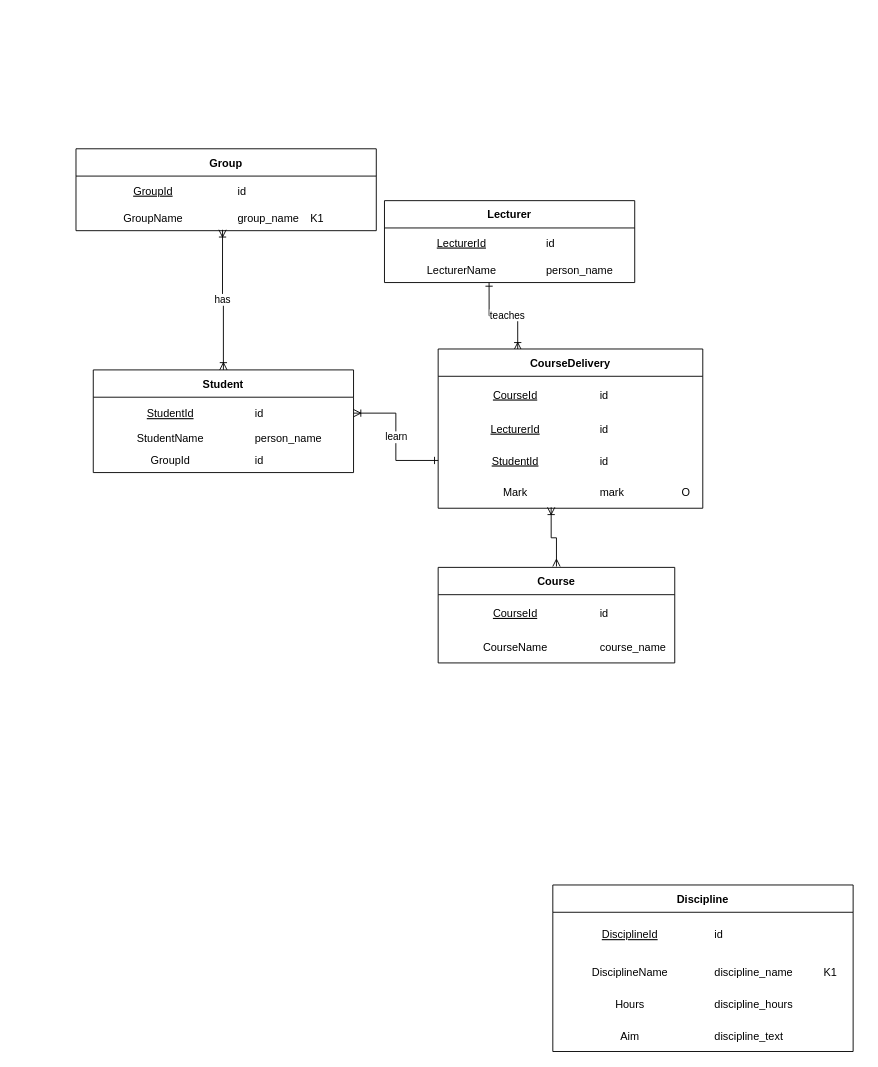
AGA-full/on-board-arch keeps this draw.io diagram as onboard-ERM.drawio. Above is the earlier version. Source tidied: cells renumbered, new cells numbered last; positions are measured from the earlier drawing's top-left corner, leaving out a move shared by most shapes. Both pictures are drawn from the tidied source at 91%, with x=0, y=0 at pixel (76, 148).
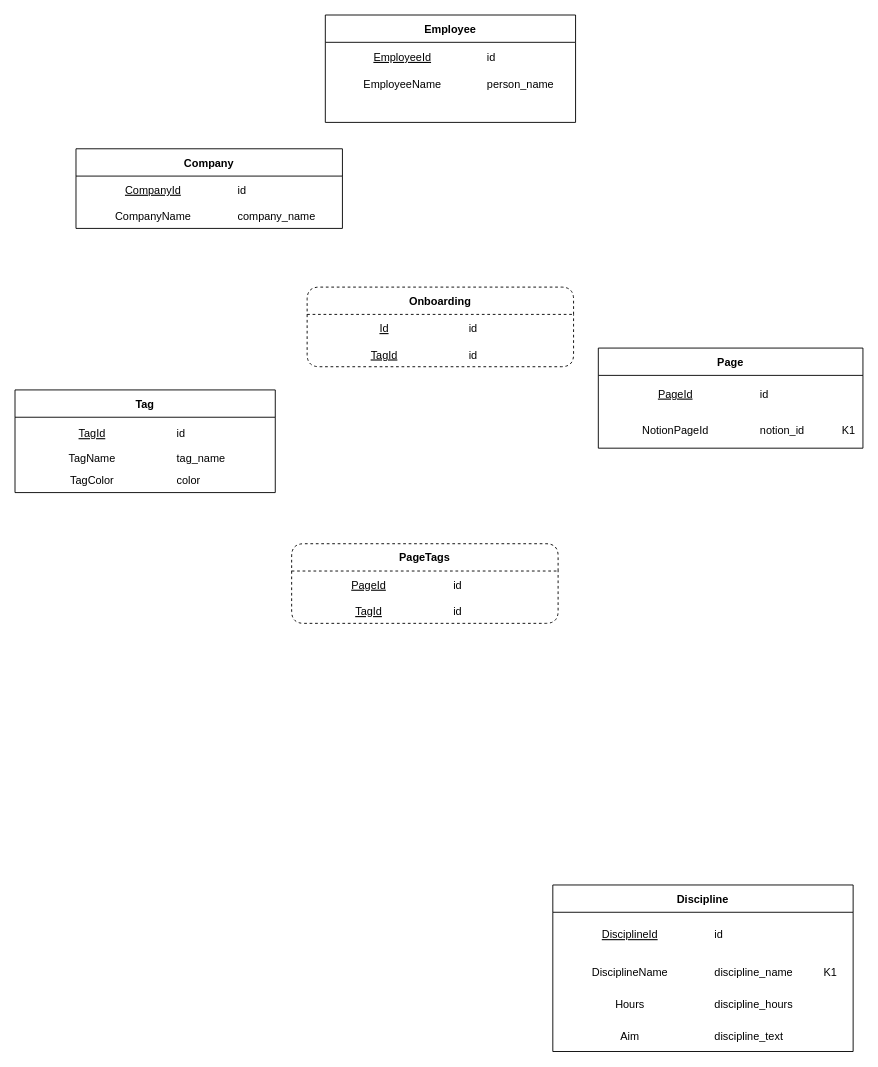
Above is the later version.

Unchanged cells that the change refers to:
```xml
<mxCell id="4" style="shape=partialRectangle;fillColor=none;points=[[0,0.5],[1,0.5]];portConstraint=eastwest;top=0;left=0;right=0;bottom=0;" parent="3" vertex="1">
  <mxGeometry y="30" width="286" height="35" as="geometry" />
</mxCell>
<mxCell id="7" style="shape=partialRectangle;fillColor=none;top=0;left=0;right=0;bottom=0;" parent="3" vertex="1">
  <mxGeometry y="65" width="286" height="20" as="geometry" />
</mxCell>
<mxCell id="10" style="shape=partialRectangle;fillColor=none;top=0;left=0;right=0;bottom=0;" parent="3" vertex="1">
  <mxGeometry y="85" width="286" height="28" as="geometry" />
</mxCell>
<mxCell id="33" style="shape=partialRectangle;fillColor=none;top=0;left=0;right=0;bottom=0;" parent="32" vertex="1">
  <mxGeometry y="30" width="275" height="32" as="geometry" />
</mxCell>
<mxCell id="36" style="shape=partialRectangle;fillColor=none;points=[[0,0.5],[1,0.5]];portConstraint=eastwest;top=0;left=0;right=0;bottom=0;" parent="32" vertex="1">
  <mxGeometry y="62" width="275" height="28" as="geometry" />
</mxCell>
```

What changed in the source:
```diff
@@
-    <mxCell id="2" value="has" style="edgeStyle=orthogonalEdgeStyle;rounded=0;jettySize=auto;html=1;entryX=0.488;entryY=0.964;entryDx=0;entryDy=0;entryPerimeter=0;startArrow=ERoneToMany;startFill=0;endArrow=ERoneToMany;endFill=0;" parent="1" edge="1" source="3" target="44">
-      <mxGeometry relative="1" as="geometry" />
-    </mxCell>
-    <mxCell id="3" value="Student" style="shape=table;startSize=30;childLayout=tableLayout;rowLines=0;fontStyle=1;align=center;columnLines=0;" parent="1" vertex="1">
-      <mxGeometry x="19" y="243" width="286" height="112.8" as="geometry" />
+    <mxCell id="3" value="Tag" style="shape=table;startSize=30;childLayout=tableLayout;rowLines=0;fontStyle=1;align=center;columnLines=0;" parent="1" vertex="1">
+      <mxGeometry x="-67" y="265" width="286" height="112.8" as="geometry" />
     </mxCell>
@@
-    <mxCell id="5" value="StudentId" style="shape=partialRectangle;overflow=hidden;fillColor=none;top=0;left=0;bottom=0;right=0;fontStyle=4;" parent="4" vertex="1">
+    <mxCell id="5" value="TagId" style="shape=partialRectangle;overflow=hidden;fillColor=none;top=0;left=0;bottom=0;right=0;fontStyle=4;" parent="4" vertex="1">
       <mxGeometry width="170" height="35" as="geometry" />
     </mxCell>
@@
-    <mxCell id="8" value="StudentName" style="shape=partialRectangle;overflow=hidden;fillColor=none;top=0;left=0;bottom=0;right=0;" parent="7" vertex="1">
+    <mxCell id="8" value="TagName" style="shape=partialRectangle;overflow=hidden;fillColor=none;top=0;left=0;bottom=0;right=0;" parent="7" vertex="1">
       <mxGeometry width="170" height="20" as="geometry" />
     </mxCell>
-    <mxCell id="9" value="person_name" style="shape=partialRectangle;overflow=hidden;fillColor=none;top=0;left=0;bottom=0;right=0;align=left;spacingLeft=6;" parent="7" vertex="1">
+    <mxCell id="9" value="tag_name" style="shape=partialRectangle;overflow=hidden;fillColor=none;top=0;left=0;bottom=0;right=0;align=left;spacingLeft=6;" parent="7" vertex="1">
       <mxGeometry x="170" width="116" height="20" as="geometry" />
     </mxCell>
@@
-    <mxCell id="11" value="GroupId" style="shape=partialRectangle;overflow=hidden;fillColor=none;top=0;left=0;bottom=0;right=0;" parent="10" vertex="1">
+    <mxCell id="11" value="TagColor" style="shape=partialRectangle;overflow=hidden;fillColor=none;top=0;left=0;bottom=0;right=0;" parent="10" vertex="1">
       <mxGeometry width="170" height="28" as="geometry" />
     </mxCell>
-    <mxCell id="12" value="id" style="shape=partialRectangle;overflow=hidden;fillColor=none;top=0;left=0;bottom=0;right=0;align=left;spacingLeft=6;" parent="10" vertex="1">
+    <mxCell id="12" value="color" style="shape=partialRectangle;overflow=hidden;fillColor=none;top=0;left=0;bottom=0;right=0;align=left;spacingLeft=6;" parent="10" vertex="1">
       <mxGeometry x="170" width="116" height="28" as="geometry" />
     </mxCell>
@@
-    <mxCell id="30" style="edgeStyle=orthogonalEdgeStyle;rounded=0;jettySize=auto;html=1;entryX=0.302;entryY=0.011;entryDx=0;entryDy=0;entryPerimeter=0;startArrow=ERone;startFill=0;endArrow=ERoneToMany;endFill=0;exitX=0.418;exitY=1;exitDx=0;exitDy=0;exitPerimeter=0;" parent="1" edge="1" source="36" target="56">
-      <mxGeometry relative="1" as="geometry" />
-    </mxCell>
-    <mxCell id="31" value="teaches" style="edgeLabel;html=1;align=center;verticalAlign=middle;" parent="30" vertex="1">
-      <mxGeometry x="0.07" y="1" relative="1" as="geometry" />
-    </mxCell>
-    <mxCell id="32" value="Lecturer" style="shape=table;startSize=30;childLayout=tableLayout;rowLines=0;fontStyle=1;align=center;columnLines=0;" parent="1" vertex="1">
-      <mxGeometry x="339" y="57" width="275" height="90" as="geometry" />
+    <mxCell id="32" value="Employee" style="shape=table;startSize=30;childLayout=tableLayout;rowLines=0;fontStyle=1;align=center;columnLines=0;" parent="1" vertex="1">
+      <mxGeometry x="274" y="-147" width="275" height="118" as="geometry" />
     </mxCell>
@@
-    <mxCell id="34" value="LecturerId" style="shape=partialRectangle;overflow=hidden;fillColor=none;top=0;left=0;bottom=0;right=0;fontStyle=4;" parent="33" vertex="1">
+    <mxCell id="34" value="EmployeeId" style="shape=partialRectangle;overflow=hidden;fillColor=none;top=0;left=0;bottom=0;right=0;fontStyle=4;" parent="33" vertex="1">
       <mxGeometry width="170" height="32" as="geometry" />
     </mxCell>
@@
-    <mxCell id="37" value="LecturerName" style="shape=partialRectangle;overflow=hidden;fillColor=none;top=0;left=0;bottom=0;right=0;" parent="36" vertex="1">
+    <mxCell id="37" value="EmployeeName" style="shape=partialRectangle;overflow=hidden;fillColor=none;top=0;left=0;bottom=0;right=0;" parent="36" vertex="1">
       <mxGeometry width="170" height="28" as="geometry" />
     </mxCell>
@@
+    <mxCell id="74" style="shape=partialRectangle;fillColor=none;top=0;left=0;right=0;bottom=0;" parent="32" vertex="1">
+      <mxGeometry y="90" width="275" height="28" as="geometry" />
+    </mxCell>
+    <mxCell id="75" style="shape=partialRectangle;overflow=hidden;fillColor=none;top=0;left=0;bottom=0;right=0;" parent="74" vertex="1">
+      <mxGeometry width="170" height="28" as="geometry" />
+    </mxCell>
+    <mxCell id="76" style="shape=partialRectangle;overflow=hidden;fillColor=none;top=0;left=0;bottom=0;right=0;align=left;spacingLeft=6;" parent="74" vertex="1">
+      <mxGeometry x="170" width="105" height="28" as="geometry" />
+    </mxCell>
-    <mxCell id="39" value="Group" style="shape=table;startSize=30;childLayout=tableLayout;rowLines=0;fontStyle=1;align=center;columnLines=0;" parent="1" vertex="1">
-      <mxGeometry width="330" height="90" as="geometry" />
+    <mxCell id="39" value="Company" style="shape=table;startSize=30;childLayout=tableLayout;rowLines=0;fontStyle=1;align=center;columnLines=0;" parent="1" vertex="1">
+      <mxGeometry width="292.8" height="87.5" as="geometry" />
     </mxCell>
     <mxCell id="40" style="shape=partialRectangle;fillColor=none;top=0;left=0;right=0;bottom=0;" parent="39" vertex="1">
-      <mxGeometry y="30" width="330" height="32" as="geometry" />
+      <mxGeometry y="30" width="292.8" height="30" as="geometry" />
     </mxCell>
-    <mxCell id="41" value="GroupId" style="shape=partialRectangle;overflow=hidden;fillColor=none;top=0;left=0;bottom=0;right=0;fontStyle=4;" parent="40" vertex="1">
-      <mxGeometry width="170" height="32" as="geometry" />
+    <mxCell id="41" value="CompanyId" style="shape=partialRectangle;overflow=hidden;fillColor=none;top=0;left=0;bottom=0;right=0;fontStyle=4;" parent="40" vertex="1">
+      <mxGeometry width="170" height="30" as="geometry" />
     </mxCell>
     <mxCell id="42" value="id" style="shape=partialRectangle;overflow=hidden;fillColor=none;top=0;left=0;bottom=0;right=0;align=left;spacingLeft=6;" parent="40" vertex="1">
-      <mxGeometry x="170" width="80" height="32" as="geometry" />
+      <mxGeometry x="170" width="122.8" height="30" as="geometry" />
     </mxCell>
-    <mxCell id="43" style="shape=partialRectangle;overflow=hidden;fillColor=none;top=0;left=0;bottom=0;right=0;align=left;spacingLeft=6;" parent="40" vertex="1">
-      <mxGeometry x="250" width="80" height="32" as="geometry" />
-    </mxCell>
     <mxCell id="44" style="shape=partialRectangle;fillColor=none;points=[[0,0.5],[1,0.5]];portConstraint=eastwest;top=0;left=0;right=0;bottom=0;" parent="39" vertex="1">
-      <mxGeometry y="62" width="330" height="28" as="geometry" />
+      <mxGeometry y="60" width="292.8" height="28" as="geometry" />
     </mxCell>
-    <mxCell id="45" value="GroupName" style="shape=partialRectangle;overflow=hidden;fillColor=none;top=0;left=0;bottom=0;right=0;" parent="44" vertex="1">
+    <mxCell id="45" value="CompanyName" style="shape=partialRectangle;overflow=hidden;fillColor=none;top=0;left=0;bottom=0;right=0;" parent="44" vertex="1">
       <mxGeometry width="170" height="28" as="geometry" />
     </mxCell>
-    <mxCell id="46" value="group_name" style="shape=partialRectangle;overflow=hidden;fillColor=none;top=0;left=0;bottom=0;right=0;align=left;spacingLeft=6;" parent="44" vertex="1">
-      <mxGeometry x="170" width="80" height="28" as="geometry" />
+    <mxCell id="46" value="company_name" style="shape=partialRectangle;overflow=hidden;fillColor=none;top=0;left=0;bottom=0;right=0;align=left;spacingLeft=6;" parent="44" vertex="1">
+      <mxGeometry x="170" width="122.8" height="28" as="geometry" />
     </mxCell>
-    <mxCell id="47" value="K1" style="shape=partialRectangle;overflow=hidden;fillColor=none;top=0;left=0;bottom=0;right=0;align=left;spacingLeft=6;" parent="44" vertex="1">
-      <mxGeometry x="250" width="80" height="28" as="geometry" />
-    </mxCell>
-    <mxCell id="48" style="edgeStyle=orthogonalEdgeStyle;rounded=0;jettySize=auto;html=1;entryX=0.427;entryY=0.971;entryDx=0;entryDy=0;entryPerimeter=0;startArrow=ERmany;startFill=0;endArrow=ERoneToMany;endFill=0;" parent="1" edge="1" source="49" target="69">
-      <mxGeometry relative="1" as="geometry" />
-    </mxCell>
-    <mxCell id="49" value="Course" style="shape=table;startSize=30;childLayout=tableLayout;rowLines=0;fontStyle=1;align=center;strokeColor=default;perimeterSpacing=1;strokeWidth=1;swimlaneLine=1;columnLines=0;rounded=0;" parent="1" vertex="1">
-      <mxGeometry x="398" y="460" width="260" height="105" as="geometry" />
-    </mxCell>
-    <mxCell id="50" style="shape=partialRectangle;fillColor=none;top=0;left=0;right=0;bottom=0;" parent="49" vertex="1">
-      <mxGeometry y="30" width="260" height="40" as="geometry" />
-    </mxCell>
-    <mxCell id="51" value="CourseId" style="shape=partialRectangle;overflow=hidden;fillColor=none;top=0;left=0;bottom=0;right=0;strokeColor=inherit;fontStyle=4;" parent="50" vertex="1">
-      <mxGeometry width="170" height="40" as="geometry" />
-    </mxCell>
+    <mxCell id="56" value="Page" style="shape=table;startSize=30;childLayout=tableLayout;rowLines=0;fontStyle=1;align=center;strokeColor=default;perimeterSpacing=1;strokeWidth=1;swimlaneLine=1;columnLines=0;rounded=0;" parent="1" vertex="1">
+      <mxGeometry x="574" y="219" width="290.8" height="110" as="geometry" />
+    </mxCell>
+    <mxCell id="77" style="shape=partialRectangle;fillColor=none;top=0;left=0;right=0;bottom=0;" parent="56" vertex="1">
+      <mxGeometry y="30" width="290.8" height="40" as="geometry" />
+    </mxCell>
+    <mxCell id="78" value="PageId" style="shape=partialRectangle;overflow=hidden;fillColor=none;top=0;left=0;bottom=0;right=0;strokeColor=inherit;fontStyle=4;" parent="77" vertex="1">
+      <mxGeometry width="170" height="40" as="geometry" />
+    </mxCell>
-    <mxCell id="52" value="id" style="shape=partialRectangle;overflow=hidden;fillColor=none;top=0;left=0;bottom=0;right=0;align=left;spacingLeft=6;perimeterSpacing=4;strokeColor=default;strokeWidth=0;" parent="50" vertex="1">
+    <mxCell id="52" value="id" style="shape=partialRectangle;overflow=hidden;fillColor=none;top=0;left=0;bottom=0;right=0;align=left;spacingLeft=6;perimeterSpacing=4;strokeColor=default;strokeWidth=0;" parent="77" vertex="1">
       <mxGeometry x="170" width="90" height="40" as="geometry" />
     </mxCell>
-    <mxCell id="53" style="shape=partialRectangle;fillColor=none;top=0;left=0;right=0;bottom=0;" parent="49" vertex="1">
-      <mxGeometry y="70" width="260" height="35" as="geometry" />
-    </mxCell>
-    <mxCell id="54" value="CourseName" style="shape=partialRectangle;overflow=hidden;fillColor=none;top=0;left=0;bottom=0;right=0;strokeColor=inherit;" parent="53" vertex="1">
-      <mxGeometry width="170" height="35" as="geometry" />
-    </mxCell>
-    <mxCell id="55" value="course_name" style="shape=partialRectangle;overflow=hidden;fillColor=none;top=0;left=0;bottom=0;right=0;align=left;spacingLeft=6;perimeterSpacing=4;strokeColor=default;strokeWidth=0;" parent="53" vertex="1">
-      <mxGeometry x="170" width="90" height="35" as="geometry" />
-    </mxCell>
-    <mxCell id="56" value="CourseDelivery" style="shape=table;startSize=30;childLayout=tableLayout;rowLines=0;fontStyle=1;align=center;strokeColor=default;perimeterSpacing=1;strokeWidth=1;swimlaneLine=1;columnLines=0;rounded=0;" parent="1" vertex="1">
-      <mxGeometry x="398" y="220" width="290.8" height="175" as="geometry" />
-    </mxCell>
+    <mxCell id="79" style="shape=partialRectangle;overflow=hidden;fillColor=none;top=0;left=0;bottom=0;right=0;align=left;spacingLeft=6;perimeterSpacing=4;strokeColor=default;strokeWidth=0;" parent="77" vertex="1">
+      <mxGeometry x="260" width="30.8" height="40" as="geometry" />
+    </mxCell>
     <mxCell id="57" style="shape=partialRectangle;fillColor=none;top=0;left=0;right=0;bottom=0;" parent="56" vertex="1">
-      <mxGeometry y="30" width="290.8" height="40" as="geometry" />
+      <mxGeometry y="70" width="290.8" height="40" as="geometry" />
     </mxCell>
-    <mxCell id="58" value="CourseId" style="shape=partialRectangle;overflow=hidden;fillColor=none;top=0;left=0;bottom=0;right=0;strokeColor=inherit;fontStyle=4;" parent="57" vertex="1">
+    <mxCell id="58" value="NotionPageId" style="shape=partialRectangle;overflow=hidden;fillColor=none;top=0;left=0;bottom=0;right=0;strokeColor=inherit;fontStyle=0;" parent="57" vertex="1">
       <mxGeometry width="170" height="40" as="geometry" />
     </mxCell>
-    <mxCell id="59" value="id" style="shape=partialRectangle;overflow=hidden;fillColor=none;top=0;left=0;bottom=0;right=0;align=left;spacingLeft=6;perimeterSpacing=4;strokeColor=default;strokeWidth=0;" parent="57" vertex="1">
+    <mxCell id="59" value="notion_id" style="shape=partialRectangle;overflow=hidden;fillColor=none;top=0;left=0;bottom=0;right=0;align=left;spacingLeft=6;perimeterSpacing=4;strokeColor=default;strokeWidth=0;" parent="57" vertex="1">
       <mxGeometry x="170" width="90" height="40" as="geometry" />
     </mxCell>
-    <mxCell id="60" style="shape=partialRectangle;overflow=hidden;fillColor=none;top=0;left=0;bottom=0;right=0;align=left;spacingLeft=6;perimeterSpacing=4;strokeColor=default;strokeWidth=0;" parent="57" vertex="1">
+    <mxCell id="60" value="K1" style="shape=partialRectangle;overflow=hidden;fillColor=none;top=0;left=0;bottom=0;right=0;align=left;spacingLeft=6;perimeterSpacing=4;strokeColor=default;strokeWidth=0;" parent="57" vertex="1">
       <mxGeometry x="260" width="30.8" height="40" as="geometry" />
     </mxCell>
-    <mxCell id="61" style="shape=partialRectangle;fillColor=none;top=0;left=0;right=0;bottom=0;" parent="56" vertex="1">
-      <mxGeometry y="70" width="290.8" height="35" as="geometry" />
-    </mxCell>
-    <mxCell id="62" value="LecturerId" style="shape=partialRectangle;overflow=hidden;fillColor=none;top=0;left=0;bottom=0;right=0;strokeColor=inherit;fontStyle=4;" parent="61" vertex="1">
-      <mxGeometry width="170" height="35" as="geometry" />
-    </mxCell>
-    <mxCell id="63" value="id" style="shape=partialRectangle;overflow=hidden;fillColor=none;top=0;left=0;bottom=0;right=0;align=left;spacingLeft=6;perimeterSpacing=4;strokeColor=default;strokeWidth=0;" parent="61" vertex="1">
-      <mxGeometry x="170" width="90" height="35" as="geometry" />
-    </mxCell>
-    <mxCell id="64" style="shape=partialRectangle;overflow=hidden;fillColor=none;top=0;left=0;bottom=0;right=0;align=left;spacingLeft=6;perimeterSpacing=4;strokeColor=default;strokeWidth=0;" parent="61" vertex="1">
-      <mxGeometry x="260" width="30.8" height="35" as="geometry" />
-    </mxCell>
-    <mxCell id="65" style="shape=partialRectangle;fillColor=none;points=[[0,0.5],[1,0.5]];portConstraint=eastwest;top=0;left=0;right=0;bottom=0;" parent="56" vertex="1">
-      <mxGeometry y="105" width="290.8" height="35" as="geometry" />
-    </mxCell>
-    <mxCell id="66" value="StudentId" style="shape=partialRectangle;overflow=hidden;fillColor=none;top=0;left=0;bottom=0;right=0;strokeColor=inherit;fontStyle=4;" parent="65" vertex="1">
-      <mxGeometry width="170" height="35" as="geometry" />
-    </mxCell>
-    <mxCell id="67" value="id" style="shape=partialRectangle;overflow=hidden;fillColor=none;top=0;left=0;bottom=0;right=0;align=left;spacingLeft=6;perimeterSpacing=4;strokeColor=default;strokeWidth=0;" parent="65" vertex="1">
-      <mxGeometry x="170" width="90" height="35" as="geometry" />
-    </mxCell>
-    <mxCell id="68" style="shape=partialRectangle;overflow=hidden;fillColor=none;top=0;left=0;bottom=0;right=0;align=left;spacingLeft=6;perimeterSpacing=4;strokeColor=default;strokeWidth=0;" parent="65" vertex="1">
-      <mxGeometry x="260" width="30.8" height="35" as="geometry" />
-    </mxCell>
-    <mxCell id="69" style="shape=partialRectangle;fillColor=none;points=[[0,0.5],[1,0.5]];portConstraint=eastwest;top=0;left=0;right=0;bottom=0;" parent="56" vertex="1">
-      <mxGeometry y="140" width="290.8" height="35" as="geometry" />
-    </mxCell>
-    <mxCell id="70" value="Mark" style="shape=partialRectangle;overflow=hidden;fillColor=none;top=0;left=0;bottom=0;right=0;strokeColor=inherit;fontStyle=0;" parent="69" vertex="1">
-      <mxGeometry width="170" height="35" as="geometry" />
-    </mxCell>
-    <mxCell id="71" value="mark" style="shape=partialRectangle;overflow=hidden;fillColor=none;top=0;left=0;bottom=0;right=0;align=left;spacingLeft=6;perimeterSpacing=4;strokeColor=default;strokeWidth=0;" parent="69" vertex="1">
-      <mxGeometry x="170" width="90" height="35" as="geometry" />
-    </mxCell>
-    <mxCell id="72" value="O" style="shape=partialRectangle;overflow=hidden;fillColor=none;top=0;left=0;bottom=0;right=0;align=left;spacingLeft=6;perimeterSpacing=4;strokeColor=default;strokeWidth=0;" parent="69" vertex="1">
-      <mxGeometry x="260" width="30.8" height="35" as="geometry" />
-    </mxCell>
-    <mxCell id="73" value="learn" style="edgeStyle=orthogonalEdgeStyle;rounded=0;jettySize=auto;html=1;entryX=0;entryY=0.5;entryDx=0;entryDy=0;startArrow=ERoneToMany;startFill=0;endArrow=ERone;endFill=0;" parent="1" edge="1" source="4" target="65">
-      <mxGeometry relative="1" as="geometry" />
-    </mxCell>
+    <mxCell id="80" value="PageTags" style="shape=table;startSize=30;childLayout=tableLayout;rowLines=0;fontStyle=1;align=center;columnLines=0;rounded=1;dashed=1;" parent="1" vertex="1">
+      <mxGeometry x="237" y="434" width="292.8" height="87.5" as="geometry" />
+    </mxCell>
+    <mxCell id="81" style="shape=partialRectangle;fillColor=none;top=0;left=0;right=0;bottom=0;" parent="80" vertex="1">
+      <mxGeometry y="30" width="292.8" height="30" as="geometry" />
+    </mxCell>
+    <mxCell id="82" value="PageId" style="shape=partialRectangle;overflow=hidden;fillColor=none;top=0;left=0;bottom=0;right=0;fontStyle=4;" parent="81" vertex="1">
+      <mxGeometry width="170" height="30" as="geometry" />
+    </mxCell>
+    <mxCell id="83" value="id" style="shape=partialRectangle;overflow=hidden;fillColor=none;top=0;left=0;bottom=0;right=0;align=left;spacingLeft=6;" parent="81" vertex="1">
+      <mxGeometry x="170" width="122.8" height="30" as="geometry" />
+    </mxCell>
+    <mxCell id="84" style="shape=partialRectangle;fillColor=none;top=0;left=0;right=0;bottom=0;" parent="80" vertex="1">
+      <mxGeometry y="60" width="292.8" height="28" as="geometry" />
+    </mxCell>
+    <mxCell id="85" value="TagId" style="shape=partialRectangle;overflow=hidden;fillColor=none;top=0;left=0;bottom=0;right=0;fontStyle=4;" parent="84" vertex="1">
+      <mxGeometry width="170" height="28" as="geometry" />
+    </mxCell>
+    <mxCell id="86" value="id" style="shape=partialRectangle;overflow=hidden;fillColor=none;top=0;left=0;bottom=0;right=0;align=left;spacingLeft=6;" parent="84" vertex="1">
+      <mxGeometry x="170" width="122.8" height="28" as="geometry" />
+    </mxCell>
+    <mxCell id="87" value="Onboarding" style="shape=table;startSize=30;childLayout=tableLayout;rowLines=0;fontStyle=1;align=center;columnLines=0;rounded=1;dashed=1;" parent="1" vertex="1">
+      <mxGeometry x="254" y="152" width="292.8" height="87.5" as="geometry" />
+    </mxCell>
+    <mxCell id="88" style="shape=partialRectangle;fillColor=none;top=0;left=0;right=0;bottom=0;" parent="87" vertex="1">
+      <mxGeometry y="30" width="292.8" height="30" as="geometry" />
+    </mxCell>
+    <mxCell id="89" value="Id" style="shape=partialRectangle;overflow=hidden;fillColor=none;top=0;left=0;bottom=0;right=0;fontStyle=4;" parent="88" vertex="1">
+      <mxGeometry width="170" height="30" as="geometry" />
+    </mxCell>
+    <mxCell id="90" value="id" style="shape=partialRectangle;overflow=hidden;fillColor=none;top=0;left=0;bottom=0;right=0;align=left;spacingLeft=6;" parent="88" vertex="1">
+      <mxGeometry x="170" width="122.8" height="30" as="geometry" />
+    </mxCell>
+    <mxCell id="91" style="shape=partialRectangle;fillColor=none;top=0;left=0;right=0;bottom=0;" parent="87" vertex="1">
+      <mxGeometry y="60" width="292.8" height="28" as="geometry" />
+    </mxCell>
+    <mxCell id="92" value="TagId" style="shape=partialRectangle;overflow=hidden;fillColor=none;top=0;left=0;bottom=0;right=0;fontStyle=4;" parent="91" vertex="1">
+      <mxGeometry width="170" height="28" as="geometry" />
+    </mxCell>
+    <mxCell id="93" value="id" style="shape=partialRectangle;overflow=hidden;fillColor=none;top=0;left=0;bottom=0;right=0;align=left;spacingLeft=6;" parent="91" vertex="1">
+      <mxGeometry x="170" width="122.8" height="28" as="geometry" />
+    </mxCell>
```
